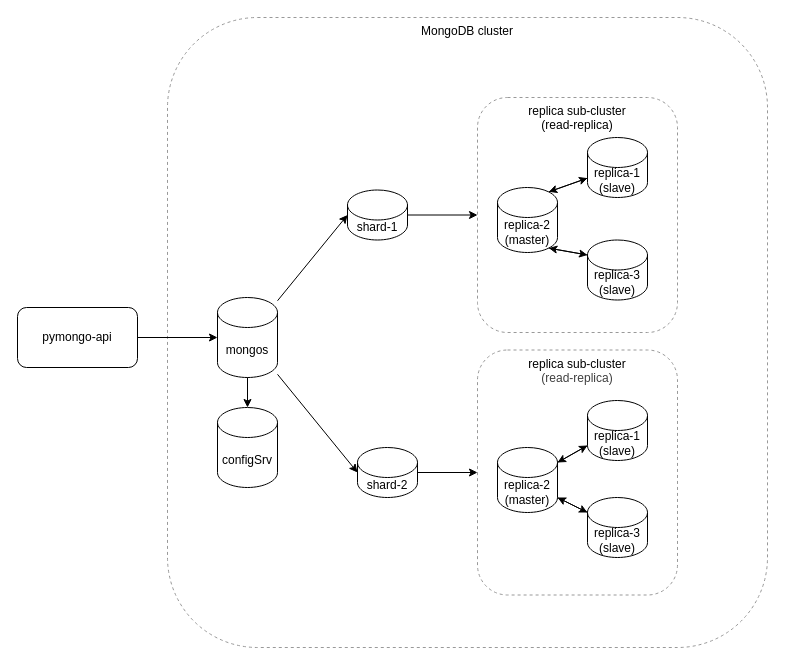
AndreyNester/black_friday keeps this draw.io diagram as docs/schema-2.drawio. Above is the earlier version. Source tidied: cells renumbered, new cells numbered last; positions are measured from the earlier drawing's top-left corner, leaving out a move shared by most shapes. Both pictures are drawn from the tidied source at 100%, with x=0, y=0 at pixel (17, 17).
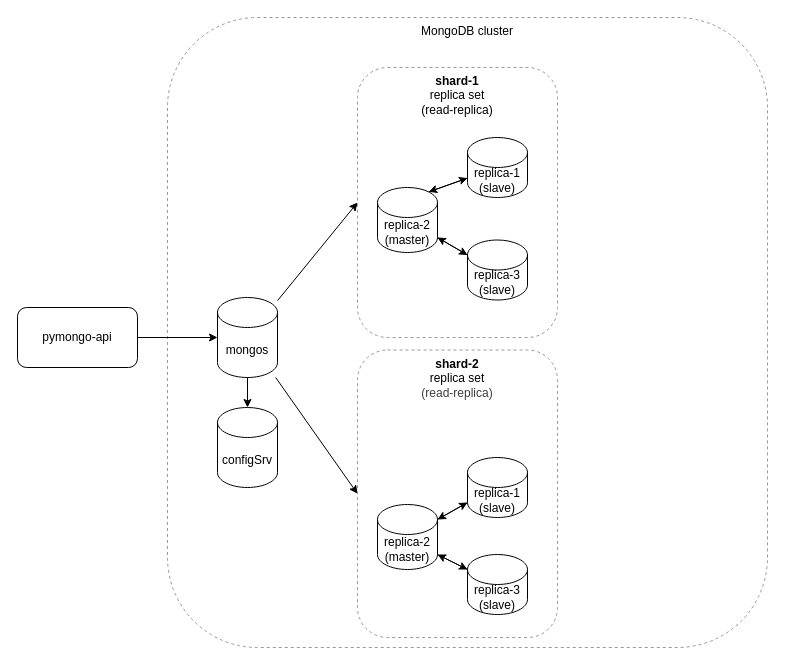
Above is the later version.

The change refers to these unchanged cells:
```xml
<mxCell id="3" value="mongos" style="shape=cylinder3;whiteSpace=wrap;html=1;boundedLbl=1;backgroundOutline=1;size=15;" parent="1" vertex="1">
  <mxGeometry x="200" y="280" width="60" height="80" as="geometry" />
</mxCell>
```

The edit, as a diff of the source:
```diff
@@
+    <mxCell id="30" style="edgeStyle=none;html=1;entryX=0;entryY=0.5;entryDx=0;entryDy=0;" parent="1" edge="1" source="3" target="14">
+      <mxGeometry relative="1" as="geometry" />
+    </mxCell>
+    <mxCell id="31" style="edgeStyle=none;html=1;entryX=0;entryY=0.5;entryDx=0;entryDy=0;" parent="1" edge="1" source="3" target="22">
+      <mxGeometry relative="1" as="geometry" />
+    </mxCell>
@@
-    <mxCell id="6" style="edgeStyle=none;html=1;entryX=0;entryY=0.5;entryDx=0;entryDy=0;" parent="1" edge="1" source="7" target="14">
-      <mxGeometry relative="1" as="geometry" />
-    </mxCell>
-    <mxCell id="7" value="shard-1" style="shape=cylinder3;whiteSpace=wrap;html=1;boundedLbl=1;backgroundOutline=1;size=15;" parent="1" vertex="1">
-      <mxGeometry x="330" y="172.5" width="60" height="50" as="geometry" />
-    </mxCell>
@@
-    <mxCell id="9" style="edgeStyle=none;html=1;entryX=0;entryY=0.5;entryDx=0;entryDy=0;entryPerimeter=0;fontFamily=Helvetica;fontSize=12;fontColor=default;" parent="1" edge="1" source="3" target="7">
-      <mxGeometry relative="1" as="geometry" />
-    </mxCell>
@@
-    <mxCell id="11" style="edgeStyle=none;html=1;entryX=0;entryY=0.5;entryDx=0;entryDy=0;" parent="1" edge="1" source="12" target="22">
-      <mxGeometry relative="1" as="geometry" />
-    </mxCell>
-    <mxCell id="12" value="shard-2" style="shape=cylinder3;whiteSpace=wrap;html=1;boundedLbl=1;backgroundOutline=1;size=15;" parent="1" vertex="1">
-      <mxGeometry x="340" y="430" width="60" height="50" as="geometry" />
-    </mxCell>
-    <mxCell id="13" style="edgeStyle=none;html=1;entryX=0;entryY=0.5;entryDx=0;entryDy=0;entryPerimeter=0;" parent="1" edge="1" source="3" target="12">
-      <mxGeometry relative="1" as="geometry" />
-    </mxCell>
-    <mxCell id="14" value="replica sub-cluster&lt;div&gt;(read-replica)&lt;/div&gt;" style="rounded=1;whiteSpace=wrap;html=1;fillColor=none;dashed=1;strokeColor=#999999;strokeWidth=1;align=center;verticalAlign=top;" parent="1" vertex="1">
-      <mxGeometry x="460" y="80" width="200" height="235" as="geometry" />
+    <mxCell id="14" value="&lt;b&gt;shard-1&lt;/b&gt;&lt;br&gt;replica set&lt;div&gt;(read-replica)&lt;/div&gt;" style="rounded=1;whiteSpace=wrap;html=1;fillColor=none;dashed=1;strokeColor=#999999;strokeWidth=1;align=center;verticalAlign=top;" parent="1" vertex="1">
+      <mxGeometry x="340" y="50" width="200" height="270" as="geometry" />
     </mxCell>
     <mxCell id="15" value="replica-1&lt;div&gt;(slave)&lt;/div&gt;" style="shape=cylinder3;whiteSpace=wrap;html=1;boundedLbl=1;backgroundOutline=1;size=15;" parent="1" vertex="1">
-      <mxGeometry x="570" y="120" width="60" height="60" as="geometry" />
+      <mxGeometry x="450" y="120" width="60" height="60" as="geometry" />
     </mxCell>
@@
     <mxCell id="17" value="&lt;span style=&quot;color: rgb(0, 0, 0);&quot;&gt;replica&lt;/span&gt;-2&lt;br&gt;(master)" style="shape=cylinder3;whiteSpace=wrap;html=1;boundedLbl=1;backgroundOutline=1;size=15;" parent="1" vertex="1">
-      <mxGeometry x="480" y="170" width="60" height="65" as="geometry" />
+      <mxGeometry x="360" y="170" width="60" height="65" as="geometry" />
     </mxCell>
     <mxCell id="18" value="&lt;span style=&quot;color: rgb(0, 0, 0);&quot;&gt;replica&lt;/span&gt;-3&lt;div&gt;(slave)&lt;/div&gt;" style="shape=cylinder3;whiteSpace=wrap;html=1;boundedLbl=1;backgroundOutline=1;size=15;" parent="1" vertex="1">
-      <mxGeometry x="570" y="222.5" width="60" height="60" as="geometry" />
+      <mxGeometry x="450" y="222.5" width="60" height="60" as="geometry" />
     </mxCell>
@@
-    <mxCell id="20" style="edgeStyle=none;html=1;entryX=0;entryY=0;entryDx=0;entryDy=15;entryPerimeter=0;exitX=0.855;exitY=1;exitDx=0;exitDy=-4.35;exitPerimeter=0;" parent="1" edge="1" source="17" target="18">
+    <mxCell id="20" style="edgeStyle=none;html=1;entryX=0;entryY=0;entryDx=0;entryDy=15;entryPerimeter=0;exitX=1;exitY=1;exitDx=0;exitDy=-15;exitPerimeter=0;" parent="1" edge="1" source="17" target="18">
       <mxGeometry relative="1" as="geometry" />
     </mxCell>
-    <mxCell id="21" style="edgeStyle=none;html=1;entryX=0.855;entryY=1;entryDx=0;entryDy=-4.35;entryPerimeter=0;exitX=0;exitY=0;exitDx=0;exitDy=15;exitPerimeter=0;" parent="1" edge="1" source="18" target="17">
+    <mxCell id="21" style="edgeStyle=none;html=1;entryX=1;entryY=1;entryDx=0;entryDy=-15;entryPerimeter=0;exitX=0;exitY=0;exitDx=0;exitDy=15;exitPerimeter=0;" parent="1" edge="1" source="18" target="17">
       <mxGeometry relative="1" as="geometry" />
     </mxCell>
-    <mxCell id="22" value="replica sub-cluster&lt;div&gt;&lt;span style=&quot;color: rgb(63, 63, 63);&quot;&gt;(read-replica)&lt;/span&gt;&lt;/div&gt;" style="rounded=1;whiteSpace=wrap;html=1;fillColor=none;dashed=1;strokeColor=#999999;strokeWidth=1;align=center;verticalAlign=top;" parent="1" vertex="1">
-      <mxGeometry x="460" y="332.5" width="200" height="245" as="geometry" />
+    <mxCell id="22" value="&lt;div&gt;&lt;b&gt;shard-2&lt;/b&gt;&lt;/div&gt;replica set&lt;div&gt;&lt;span style=&quot;color: rgb(63, 63, 63);&quot;&gt;(read-replica)&lt;/span&gt;&lt;/div&gt;" style="rounded=1;whiteSpace=wrap;html=1;fillColor=none;dashed=1;strokeColor=#999999;strokeWidth=1;align=center;verticalAlign=top;" parent="1" vertex="1">
+      <mxGeometry x="340" y="332.5" width="200" height="287.5" as="geometry" />
     </mxCell>
     <mxCell id="23" value="replica-1&lt;div&gt;(slave)&lt;/div&gt;" style="shape=cylinder3;whiteSpace=wrap;html=1;boundedLbl=1;backgroundOutline=1;size=15;" parent="1" vertex="1">
-      <mxGeometry x="570" y="383" width="60" height="60" as="geometry" />
+      <mxGeometry x="450" y="440" width="60" height="60" as="geometry" />
     </mxCell>
     <mxCell id="24" value="&lt;span style=&quot;color: rgb(0, 0, 0);&quot;&gt;replica&lt;/span&gt;-2&lt;br&gt;(master)" style="shape=cylinder3;whiteSpace=wrap;html=1;boundedLbl=1;backgroundOutline=1;size=15;" parent="1" vertex="1">
-      <mxGeometry x="480" y="430" width="60" height="65" as="geometry" />
+      <mxGeometry x="360" y="487" width="60" height="65" as="geometry" />
     </mxCell>
     <mxCell id="25" value="&lt;span style=&quot;color: rgb(0, 0, 0);&quot;&gt;replica&lt;/span&gt;-3&lt;div&gt;(slave)&lt;/div&gt;" style="shape=cylinder3;whiteSpace=wrap;html=1;boundedLbl=1;backgroundOutline=1;size=15;" parent="1" vertex="1">
-      <mxGeometry x="570" y="480" width="60" height="60" as="geometry" />
+      <mxGeometry x="450" y="537" width="60" height="60" as="geometry" />
     </mxCell>
```
